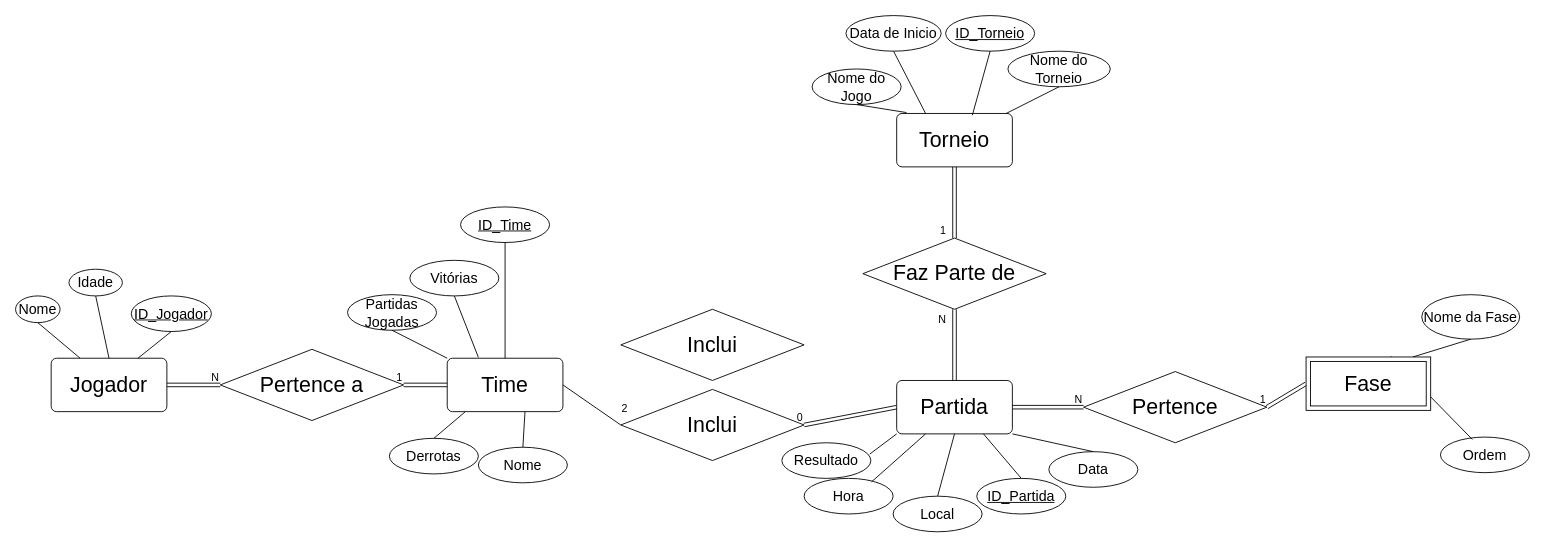
The draw.io diagram Projeto_Esports.drawio in Gabitil/Org-de-competi-es-esport, before the edit. Source tidied: cells renumbered, new cells numbered last; positions are measured from the earlier drawing's top-left corner, leaving out a move shared by most shapes. Both pictures are drawn from the tidied source at 89%, with x=0, y=0 at pixel (15, 15).
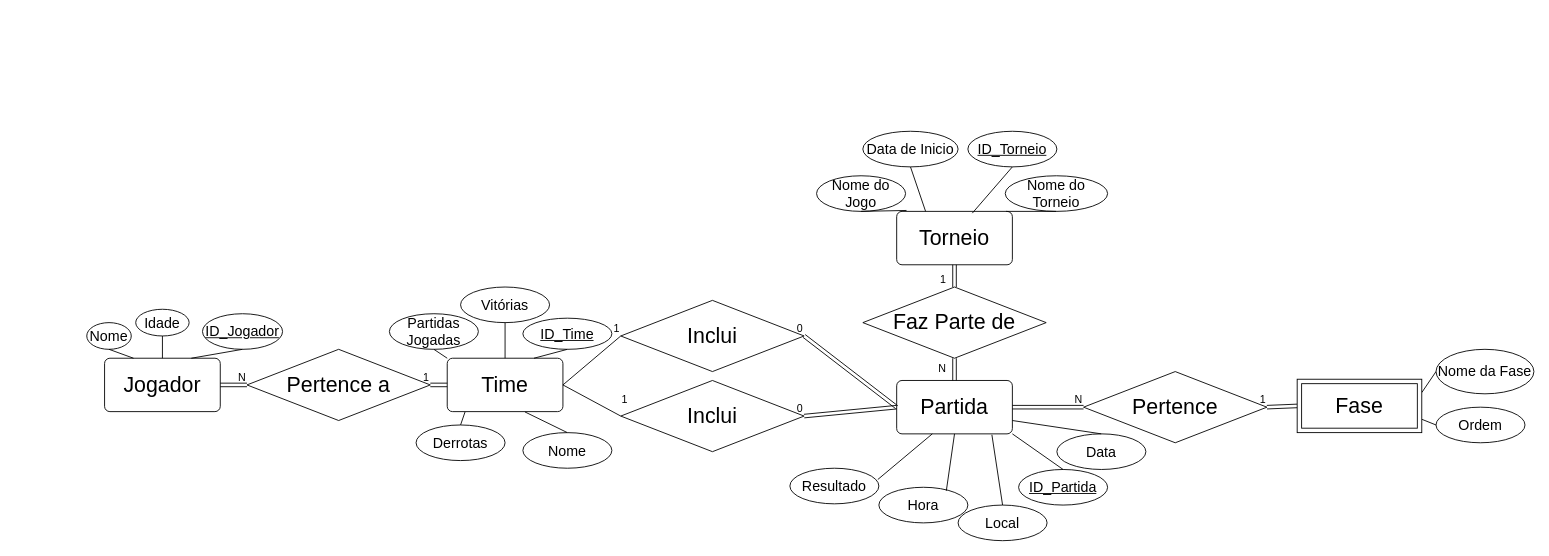
The same page after the edit.

The change refers to these unchanged cells:
```xml
<mxCell id="3" value="&lt;font style=&quot;font-size: 24px;&quot;&gt;Partida&lt;/font&gt;" style="rounded=1;arcSize=10;whiteSpace=wrap;html=1;align=center;" parent="1" vertex="1">
  <mxGeometry x="990" y="410" width="130" height="60" as="geometry" />
</mxCell>
<mxCell id="5" value="&lt;font style=&quot;font-size: 24px;&quot;&gt;Time&lt;/font&gt;" style="rounded=1;arcSize=10;whiteSpace=wrap;html=1;align=center;" parent="1" vertex="1">
  <mxGeometry x="485" y="385" width="130" height="60" as="geometry" />
</mxCell>
<mxCell id="60" style="endArrow=none;html=1;rounded=0;exitX=1;exitY=0.5;exitDx=0;exitDy=0;entryX=0;entryY=0.5;entryDx=0;entryDy=0;" parent="1" edge="1" source="5" target="48">
  <mxGeometry relative="1" as="geometry" />
</mxCell>
```

What changed in the source:
```diff
@@
     <mxCell id="2" value="&lt;font style=&quot;font-size: 24px;&quot;&gt;Jogador&lt;/font&gt;" style="rounded=1;arcSize=10;whiteSpace=wrap;html=1;align=center;" parent="1" vertex="1">
-      <mxGeometry x="40" y="385" width="130" height="60" as="geometry" />
+      <mxGeometry x="100" y="385" width="130" height="60" as="geometry" />
     </mxCell>
@@
     <mxCell id="4" value="&lt;font style=&quot;font-size: 24px;&quot;&gt;Torneio&lt;/font&gt;" style="rounded=1;arcSize=10;whiteSpace=wrap;html=1;align=center;" parent="1" vertex="1">
-      <mxGeometry x="990" y="110" width="130" height="60" as="geometry" />
+      <mxGeometry x="990" y="220" width="130" height="60" as="geometry" />
     </mxCell>
@@
     <mxCell id="7" value="&lt;font style=&quot;font-size: 16px;&quot;&gt;Nome&lt;/font&gt;" style="ellipse;whiteSpace=wrap;html=1;align=center;" parent="1" vertex="1">
-      <mxGeometry y="315" width="50" height="30" as="geometry" />
+      <mxGeometry x="80" y="345" width="50" height="30" as="geometry" />
     </mxCell>
     <mxCell id="8" value="&lt;font style=&quot;font-size: 16px;&quot;&gt;Idade&lt;/font&gt;" style="ellipse;whiteSpace=wrap;html=1;align=center;" parent="1" vertex="1">
-      <mxGeometry x="60" y="285" width="60" height="30" as="geometry" />
+      <mxGeometry x="135" y="330" width="60" height="30" as="geometry" />
     </mxCell>
     <mxCell id="9" value="&lt;font style=&quot;font-size: 16px;&quot;&gt;ID_Jogador&lt;/font&gt;" style="ellipse;whiteSpace=wrap;html=1;align=center;fontStyle=4;" parent="1" vertex="1">
-      <mxGeometry x="130" y="315" width="90" height="40" as="geometry" />
+      <mxGeometry x="210" y="335" width="90" height="40" as="geometry" />
     </mxCell>
@@
     <mxCell id="13" value="&lt;font style=&quot;font-size: 16px;&quot;&gt;ID_Time&lt;/font&gt;" style="ellipse;whiteSpace=wrap;html=1;align=center;fontStyle=4;" parent="1" vertex="1">
-      <mxGeometry x="500" y="215" width="100" height="40" as="geometry" />
+      <mxGeometry x="570" y="340" width="100" height="35" as="geometry" />
     </mxCell>
     <mxCell id="14" value="&lt;font style=&quot;font-size: 16px;&quot;&gt;Vitórias&lt;/font&gt;" style="ellipse;whiteSpace=wrap;html=1;align=center;" parent="1" vertex="1">
-      <mxGeometry x="443" y="275" width="100" height="40" as="geometry" />
+      <mxGeometry x="500" y="305" width="100" height="40" as="geometry" />
     </mxCell>
     <mxCell id="15" value="&lt;font style=&quot;font-size: 16px;&quot;&gt;Derrotas&lt;/font&gt;" style="ellipse;whiteSpace=wrap;html=1;align=center;" parent="1" vertex="1">
-      <mxGeometry x="420" y="475" width="100" height="40" as="geometry" />
+      <mxGeometry x="450" y="460" width="100" height="40" as="geometry" />
     </mxCell>
     <mxCell id="16" value="&lt;font style=&quot;font-size: 16px;&quot;&gt;Partidas Jogadas&lt;/font&gt;" style="ellipse;whiteSpace=wrap;html=1;align=center;" parent="1" vertex="1">
-      <mxGeometry x="373" y="313.6" width="100" height="40" as="geometry" />
+      <mxGeometry x="420" y="335" width="100" height="40" as="geometry" />
     </mxCell>
     <mxCell id="17" value="&lt;font style=&quot;font-size: 16px;&quot;&gt;Nome&lt;/font&gt;" style="ellipse;whiteSpace=wrap;html=1;align=center;" parent="1" vertex="1">
-      <mxGeometry x="520" y="485" width="100" height="40" as="geometry" />
+      <mxGeometry x="570" y="468.6" width="100" height="40" as="geometry" />
     </mxCell>
     <mxCell id="18" value="&lt;font style=&quot;font-size: 16px;&quot;&gt;Nome do Jogo&lt;/font&gt;" style="ellipse;whiteSpace=wrap;html=1;align=center;" parent="1" vertex="1">
-      <mxGeometry x="895" y="60" width="100" height="40" as="geometry" />
+      <mxGeometry x="900" y="180" width="100" height="40" as="geometry" />
     </mxCell>
     <mxCell id="19" value="&lt;font style=&quot;font-size: 16px;&quot;&gt;Nome do Torneio&lt;/font&gt;" style="ellipse;whiteSpace=wrap;html=1;align=center;" parent="1" vertex="1">
-      <mxGeometry x="1115" y="40" width="115" height="40" as="geometry" />
+      <mxGeometry x="1112" y="180" width="115" height="40" as="geometry" />
     </mxCell>
     <mxCell id="20" value="&lt;font style=&quot;font-size: 16px;&quot;&gt;Data de Inicio&lt;/font&gt;" style="ellipse;whiteSpace=wrap;html=1;align=center;" parent="1" vertex="1">
-      <mxGeometry x="933" width="107" height="40" as="geometry" />
+      <mxGeometry x="952" y="130" width="107" height="40" as="geometry" />
     </mxCell>
     <mxCell id="21" value="&lt;font style=&quot;font-size: 16px;&quot;&gt;ID_Torneio&lt;/font&gt;" style="ellipse;whiteSpace=wrap;html=1;align=center;fontStyle=4;" parent="1" vertex="1">
-      <mxGeometry x="1045" width="100" height="40" as="geometry" />
+      <mxGeometry x="1070" y="130" width="100" height="40" as="geometry" />
     </mxCell>
     <mxCell id="22" value="&lt;font style=&quot;font-size: 16px;&quot;&gt;Nome da Fase&lt;/font&gt;" style="ellipse;whiteSpace=wrap;html=1;align=center;" parent="1" vertex="1">
-      <mxGeometry x="1580" y="313.6" width="110" height="50" as="geometry" />
+      <mxGeometry x="1596" y="375" width="110" height="50" as="geometry" />
     </mxCell>
     <mxCell id="23" value="&lt;font style=&quot;font-size: 16px;&quot;&gt;Ordem&lt;/font&gt;" style="ellipse;whiteSpace=wrap;html=1;align=center;" parent="1" vertex="1">
-      <mxGeometry x="1601" y="473.6" width="100" height="40" as="geometry" />
+      <mxGeometry x="1596" y="440" width="100" height="40" as="geometry" />
     </mxCell>
     <mxCell id="24" value="&lt;font style=&quot;font-size: 16px;&quot;&gt;ID_Partida&lt;/font&gt;" style="ellipse;whiteSpace=wrap;html=1;align=center;fontStyle=4;" parent="1" vertex="1">
-      <mxGeometry x="1080" y="520" width="100" height="40" as="geometry" />
+      <mxGeometry x="1127" y="510" width="100" height="40" as="geometry" />
     </mxCell>
     <mxCell id="25" value="&lt;font style=&quot;font-size: 16px;&quot;&gt;Local&lt;/font&gt;" style="ellipse;whiteSpace=wrap;html=1;align=center;" parent="1" vertex="1">
-      <mxGeometry x="986" y="540" width="100" height="40" as="geometry" />
+      <mxGeometry x="1059" y="550" width="100" height="40" as="geometry" />
     </mxCell>
     <mxCell id="26" value="&lt;font style=&quot;font-size: 16px;&quot;&gt;Data&lt;/font&gt;" style="ellipse;whiteSpace=wrap;html=1;align=center;" parent="1" vertex="1">
-      <mxGeometry x="1161" y="490" width="100" height="40" as="geometry" />
+      <mxGeometry x="1170" y="470" width="100" height="40" as="geometry" />
     </mxCell>
     <mxCell id="27" value="&lt;font style=&quot;font-size: 16px;&quot;&gt;Hora&lt;/font&gt;" style="ellipse;whiteSpace=wrap;html=1;align=center;" parent="1" vertex="1">
-      <mxGeometry x="886" y="520" width="100" height="40" as="geometry" />
+      <mxGeometry x="970" y="530" width="100" height="40" as="geometry" />
     </mxCell>
     <mxCell id="28" value="&lt;font style=&quot;font-size: 16px;&quot;&gt;Resultado&lt;/font&gt;" style="ellipse;whiteSpace=wrap;html=1;align=center;" parent="1" vertex="1">
-      <mxGeometry x="861" y="480" width="100" height="40" as="geometry" />
+      <mxGeometry x="870" y="508.6" width="100" height="40" as="geometry" />
     </mxCell>
-    <mxCell id="29" style="endArrow=none;html=1;rounded=0;entryX=0.857;entryY=0;entryDx=0;entryDy=0;exitX=0.5;exitY=1;exitDx=0;exitDy=0;entryPerimeter=0;" parent="1" edge="1" source="22" target="51">
+    <mxCell id="29" style="endArrow=none;html=1;rounded=0;entryX=1;entryY=0.25;entryDx=0;entryDy=0;exitX=0;exitY=0.5;exitDx=0;exitDy=0;" parent="1" edge="1" source="22" target="51">
       <mxGeometry relative="1" as="geometry" />
     </mxCell>
-    <mxCell id="30" style="endArrow=none;html=1;rounded=0;entryX=0.358;entryY=0.066;entryDx=0;entryDy=0;entryPerimeter=0;exitX=0.682;exitY=-0.011;exitDx=0;exitDy=0;exitPerimeter=0;" parent="1" edge="1" source="51" target="23">
+    <mxCell id="30" style="endArrow=none;html=1;rounded=0;entryX=0;entryY=0.5;entryDx=0;entryDy=0;exitX=1;exitY=0.75;exitDx=0;exitDy=0;" parent="1" edge="1" source="51" target="23">
       <mxGeometry relative="1" as="geometry" />
     </mxCell>
@@
-    <mxCell id="35" style="endArrow=none;html=1;rounded=0;exitX=0.5;exitY=0;exitDx=0;exitDy=0;entryX=0.75;entryY=1;entryDx=0;entryDy=0;" parent="1" edge="1" source="24" target="3">
+    <mxCell id="35" style="endArrow=none;html=1;rounded=0;exitX=0.5;exitY=0;exitDx=0;exitDy=0;entryX=1;entryY=1;entryDx=0;entryDy=0;" parent="1" edge="1" source="24" target="3">
       <mxGeometry relative="1" as="geometry" />
     </mxCell>
-    <mxCell id="36" style="endArrow=none;html=1;rounded=0;exitX=0.5;exitY=0;exitDx=0;exitDy=0;entryX=0.5;entryY=1;entryDx=0;entryDy=0;" parent="1" edge="1" source="25" target="3">
+    <mxCell id="36" style="endArrow=none;html=1;rounded=0;exitX=0.5;exitY=0;exitDx=0;exitDy=0;entryX=0.823;entryY=1.017;entryDx=0;entryDy=0;entryPerimeter=0;" parent="1" edge="1" source="25" target="3">
       <mxGeometry relative="1" as="geometry" />
     </mxCell>
-    <mxCell id="37" style="endArrow=none;html=1;rounded=0;exitX=0.758;exitY=0.098;exitDx=0;exitDy=0;entryX=0.25;entryY=1;entryDx=0;entryDy=0;exitPerimeter=0;" parent="1" edge="1" source="27" target="3">
+    <mxCell id="37" style="endArrow=none;html=1;rounded=0;exitX=0.758;exitY=0.098;exitDx=0;exitDy=0;entryX=0.5;entryY=1;entryDx=0;entryDy=0;exitPerimeter=0;" parent="1" edge="1" source="27" target="3">
       <mxGeometry relative="1" as="geometry" />
     </mxCell>
-    <mxCell id="38" style="endArrow=none;html=1;rounded=0;entryX=0.988;entryY=0.317;entryDx=0;entryDy=0;exitX=0;exitY=1;exitDx=0;exitDy=0;entryPerimeter=0;" parent="1" edge="1" source="3" target="28">
+    <mxCell id="38" style="endArrow=none;html=1;rounded=0;entryX=0.988;entryY=0.317;entryDx=0;entryDy=0;exitX=0.308;exitY=1;exitDx=0;exitDy=0;entryPerimeter=0;exitPerimeter=0;" parent="1" edge="1" source="3" target="28">
       <mxGeometry relative="1" as="geometry" />
     </mxCell>
-    <mxCell id="39" style="endArrow=none;html=1;rounded=0;entryX=0.5;entryY=0;entryDx=0;entryDy=0;exitX=1;exitY=1;exitDx=0;exitDy=0;" parent="1" edge="1" source="3" target="26">
+    <mxCell id="39" style="endArrow=none;html=1;rounded=0;entryX=0.5;entryY=0;entryDx=0;entryDy=0;exitX=1;exitY=0.75;exitDx=0;exitDy=0;" parent="1" edge="1" source="3" target="26">
       <mxGeometry relative="1" as="geometry" />
     </mxCell>
@@
-    <mxCell id="41" style="endArrow=none;html=1;rounded=0;exitX=0.5;exitY=1;exitDx=0;exitDy=0;" parent="1" edge="1" source="14">
-      <mxGeometry relative="1" as="geometry">
-        <mxPoint x="520" y="384" as="targetPoint" />
-      </mxGeometry>
+    <mxCell id="41" style="endArrow=none;html=1;rounded=0;exitX=0.5;exitY=1;exitDx=0;exitDy=0;entryX=0.5;entryY=0;entryDx=0;entryDy=0;" parent="1" edge="1" source="14" target="5">
+      <mxGeometry relative="1" as="geometry" />
     </mxCell>
-    <mxCell id="42" style="endArrow=none;html=1;rounded=0;exitX=0.5;exitY=1;exitDx=0;exitDy=0;entryX=0.5;entryY=0;entryDx=0;entryDy=0;" parent="1" edge="1" source="13" target="5">
+    <mxCell id="42" style="endArrow=none;html=1;rounded=0;exitX=0.5;exitY=1;exitDx=0;exitDy=0;entryX=0.75;entryY=0;entryDx=0;entryDy=0;" parent="1" edge="1" source="13" target="5">
       <mxGeometry relative="1" as="geometry" />
     </mxCell>
@@
     <mxCell id="45" value="&lt;font style=&quot;font-size: 24px;&quot;&gt;Pertence a&lt;/font&gt;" style="shape=rhombus;perimeter=rhombusPerimeter;whiteSpace=wrap;html=1;align=center;" parent="1" vertex="1">
-      <mxGeometry x="230" y="375" width="206" height="80" as="geometry" />
+      <mxGeometry x="260" y="375" width="206" height="80" as="geometry" />
     </mxCell>
@@
     <mxCell id="47" value="&lt;font style=&quot;font-size: 24px;&quot;&gt;Faz Parte de &lt;br&gt;&lt;/font&gt;" style="shape=rhombus;perimeter=rhombusPerimeter;whiteSpace=wrap;html=1;align=center;" parent="1" vertex="1">
-      <mxGeometry x="952" y="250" width="206" height="80" as="geometry" />
+      <mxGeometry x="952" y="305" width="206" height="80" as="geometry" />
     </mxCell>
     <mxCell id="48" value="&lt;font style=&quot;font-size: 24px;&quot;&gt;Inclui&lt;/font&gt;" style="shape=rhombus;perimeter=rhombusPerimeter;whiteSpace=wrap;html=1;align=center;" parent="1" vertex="1">
-      <mxGeometry x="680" y="420" width="206" height="80" as="geometry" />
+      <mxGeometry x="680" y="410" width="206" height="80" as="geometry" />
     </mxCell>
@@
     <mxCell id="51" value="&lt;font style=&quot;font-size: 24px;&quot;&gt;Fase&lt;/font&gt;" style="shape=ext;margin=3;double=1;whiteSpace=wrap;html=1;align=center;" parent="1" vertex="1">
-      <mxGeometry x="1450" y="383.6" width="140" height="60" as="geometry" />
+      <mxGeometry x="1440" y="408.6" width="140" height="60" as="geometry" />
     </mxCell>
@@
-    <mxCell id="61" value="2" style="html=1;whiteSpace=wrap;align=right;verticalAlign=bottom;" parent="60" vertex="1">
+    <mxCell id="61" value="1" style="html=1;whiteSpace=wrap;align=right;verticalAlign=bottom;" parent="60" vertex="1">
       <mxGeometry x="1" relative="1" as="geometry">
         <mxPoint x="9" y="-10" as="offset" />
       </mxGeometry>
     </mxCell>
@@
     <mxCell id="66" value="&lt;font style=&quot;font-size: 24px;&quot;&gt;Inclui&lt;/font&gt;" style="shape=rhombus;perimeter=rhombusPerimeter;whiteSpace=wrap;html=1;align=center;" parent="1" vertex="1">
-      <mxGeometry x="680" y="330" width="206" height="80" as="geometry" />
+      <mxGeometry x="680" y="320" width="206" height="80" as="geometry" />
     </mxCell>
+    <mxCell id="67" style="shape=link;html=1;rounded=0;entryX=1;entryY=0.5;entryDx=0;entryDy=0;exitX=0;exitY=0.5;exitDx=0;exitDy=0;" parent="1" edge="1" source="3" target="66">
+      <mxGeometry relative="1" as="geometry" />
+    </mxCell>
+    <mxCell id="68" value="0" style="html=1;whiteSpace=wrap;align=right;verticalAlign=bottom;" parent="67" vertex="1">
+      <mxGeometry x="1" relative="1" as="geometry" />
+    </mxCell>
+    <mxCell id="69" style="endArrow=none;html=1;rounded=0;exitX=1;exitY=0.5;exitDx=0;exitDy=0;entryX=0;entryY=0.5;entryDx=0;entryDy=0;" parent="1" edge="1" source="5" target="66">
+      <mxGeometry relative="1" as="geometry" />
+    </mxCell>
+    <mxCell id="70" value="1" style="html=1;whiteSpace=wrap;align=right;verticalAlign=bottom;" parent="69" vertex="1">
+      <mxGeometry x="1" relative="1" as="geometry" />
+    </mxCell>
```
